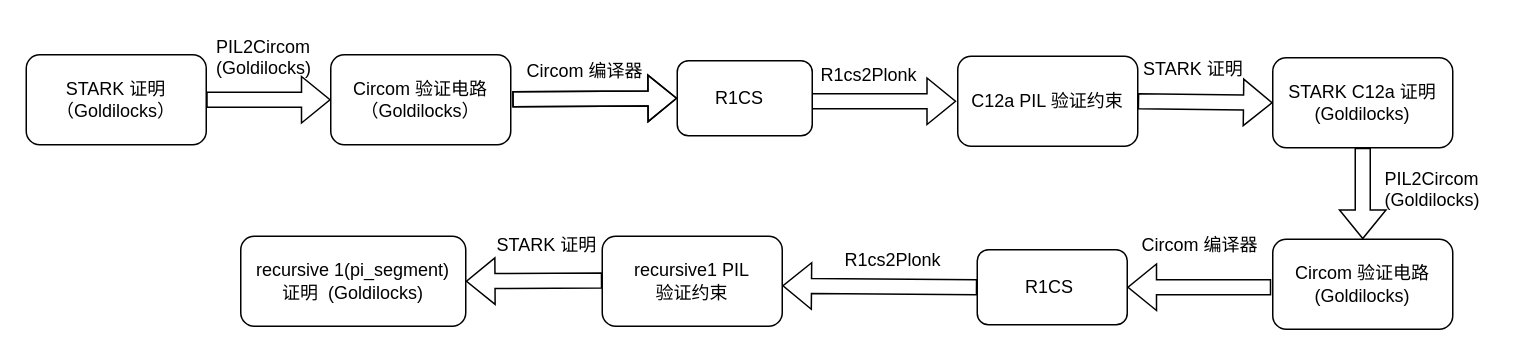
Earlier version of the draw.io diagram polygon zkevm recursie proof.drawio (Federico2014/diagrams). Source tidied: cells renumbered, new cells numbered last; positions are measured from the earlier drawing's top-left corner, leaving out a move shared by most shapes. Both pictures are drawn from the tidied source at 150%, with x=0, y=0 at pixel (26, 26).
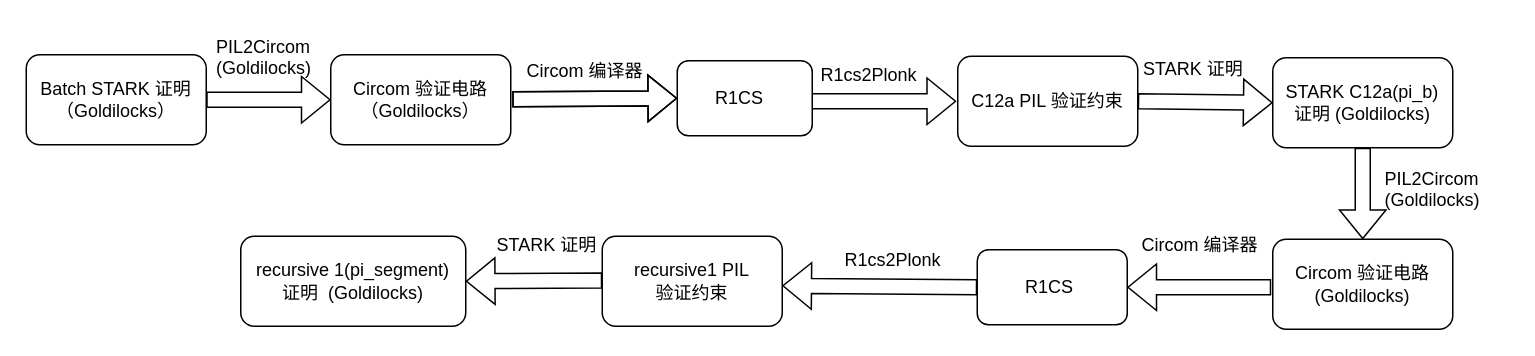
The same page after the edit.

Change to the diagram source:
```diff
@@
-    <mxCell id="2" value="STARK 证明&lt;br&gt;（Goldilocks）" style="rounded=1;whiteSpace=wrap;html=1;" parent="1" vertex="1">
+    <mxCell id="2" value="Batch STARK 证明&lt;br&gt;（Goldilocks）" style="rounded=1;whiteSpace=wrap;html=1;" parent="1" vertex="1">
       <mxGeometry y="19" width="120" height="60" as="geometry" />
     </mxCell>
@@
-    <mxCell id="9" value="STARK C12a 证明&lt;br&gt;(Goldilocks)" style="rounded=1;whiteSpace=wrap;html=1;" parent="1" vertex="1">
+    <mxCell id="9" value="STARK C12a(pi_b) &lt;br&gt;证明 (Goldilocks)" style="rounded=1;whiteSpace=wrap;html=1;" parent="1" vertex="1">
       <mxGeometry x="831" y="21" width="120" height="60" as="geometry" />
     </mxCell>
```
